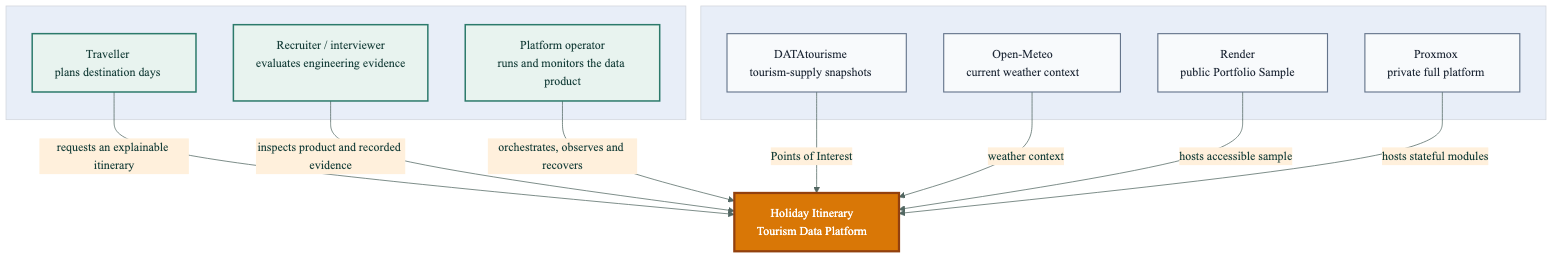
Above: docs/architecture/01-system-context.png in HassanSalamB/tourism-big-data-recommender (Mermaid), before the change. Its source is kept beside it as docs/architecture/01-system-context.mmd.
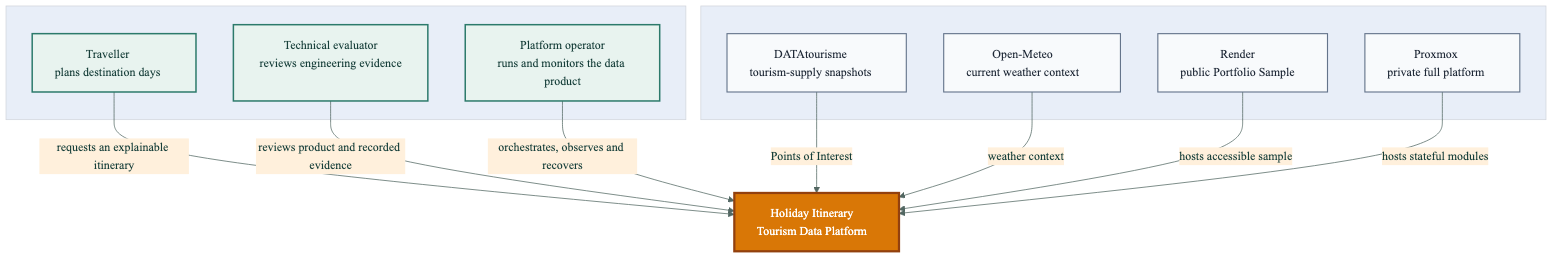
Later version of the same file.

Diff of the diagram source:
```diff
@@ -3,7 +3,7 @@
     subgraph people[" "]
         direction LR
         traveller["Traveller<br/>plans destination days"]
-        reviewer["Recruiter / interviewer<br/>evaluates engineering evidence"]
+        reviewer["Technical evaluator<br/>reviews engineering evidence"]
         operator["Platform operator<br/>runs and monitors the data product"]
     end
 
@@ -18,7 +18,7 @@
     end
 
     traveller -->|"requests an explainable itinerary"| platform
-    reviewer -->|"inspects product and recorded evidence"| platform
+    reviewer -->|"reviews product and recorded evidence"| platform
     operator -->|"orchestrates, observes and recovers"| platform
     tourism -->|"Points of Interest"| platform
     weather -->|"weather context"| platform
```
